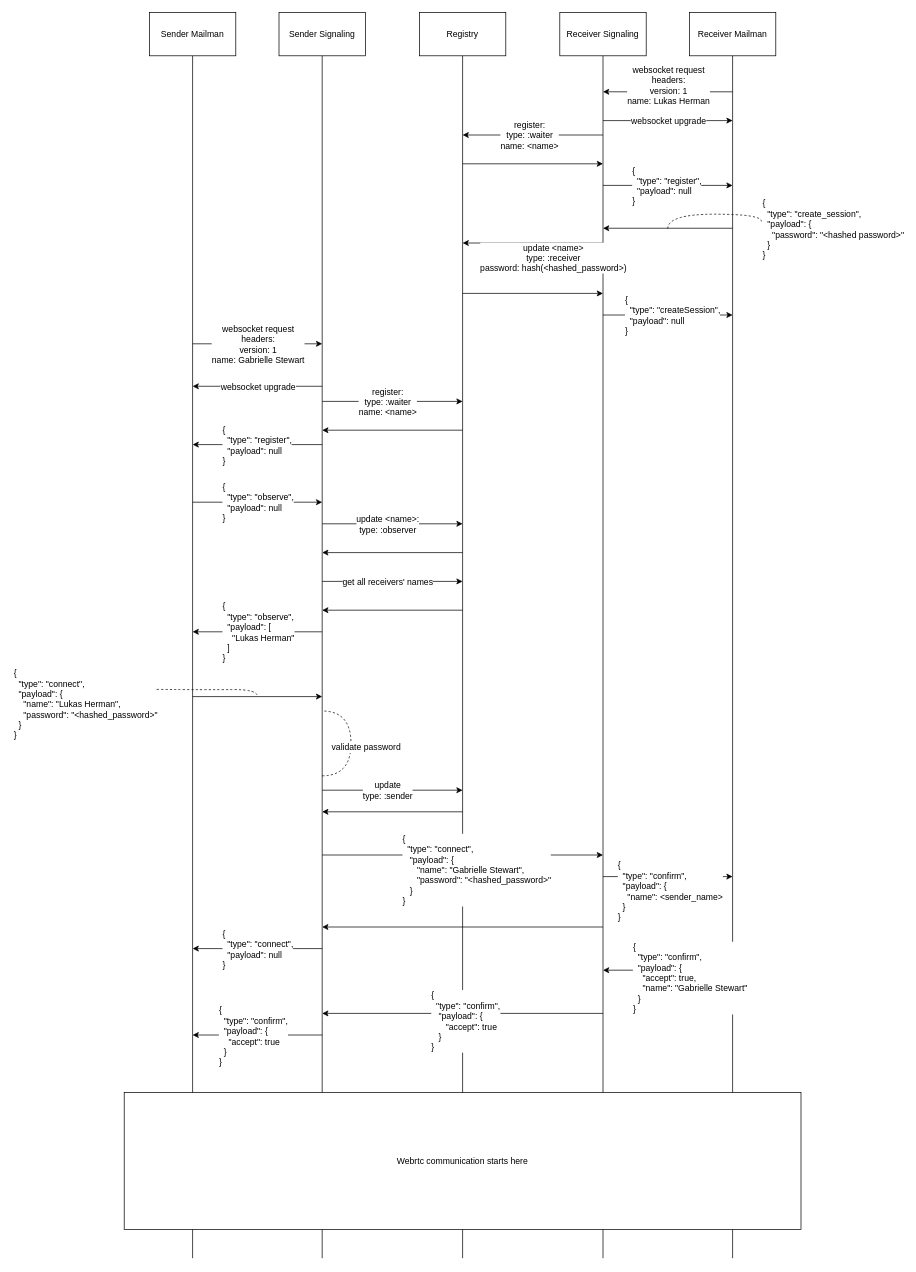
Before: designs/pre-webrtc.drawio in lherman-cs/mailman, a draw.io diagram. Source tidied: cells renumbered, new cells numbered last; positions are measured from the earlier drawing's top-left corner, leaving out a move shared by most shapes. Both pictures are drawn from the tidied source at 72%, with x=0, y=0 at pixel (124, 12).
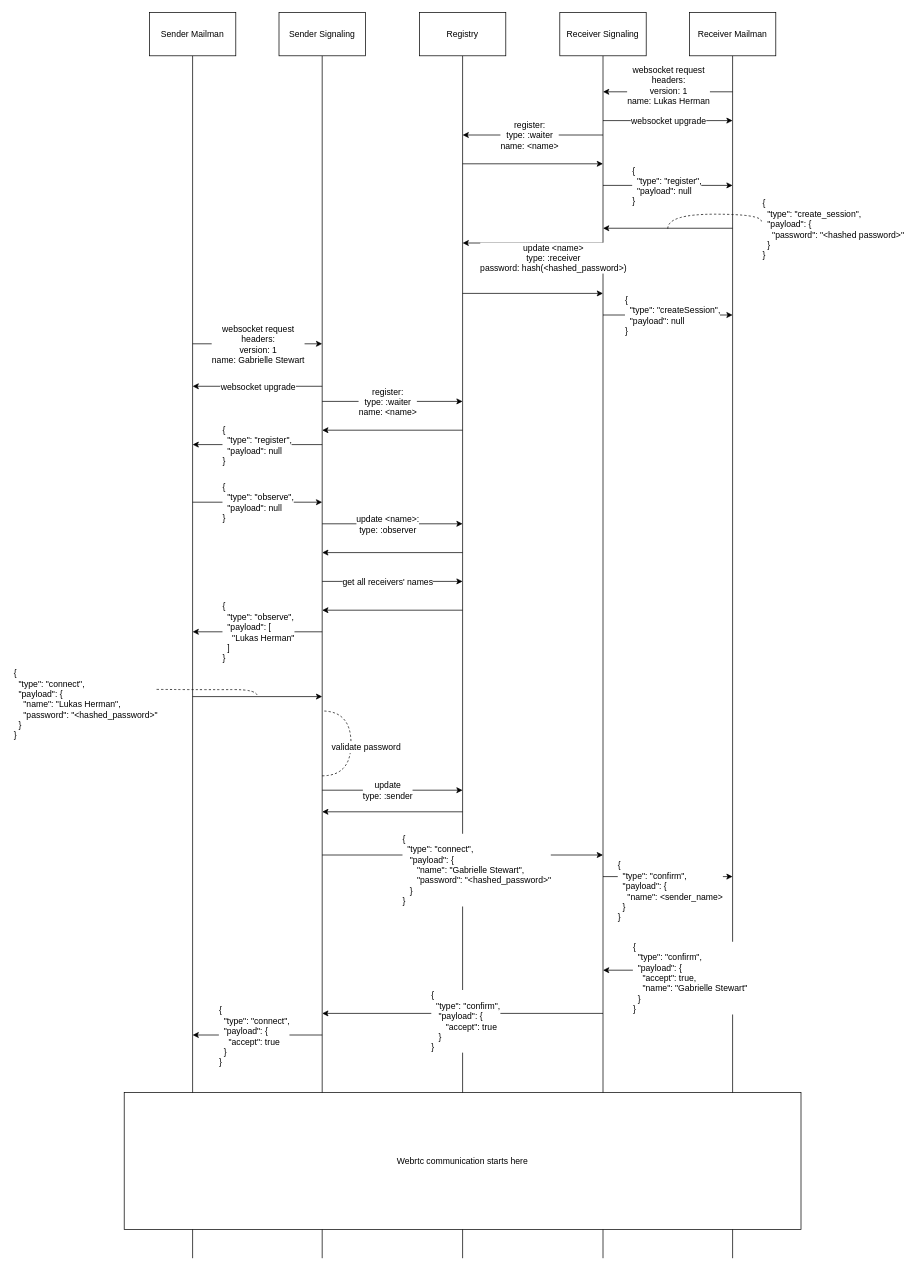
The same page after the edit.

Change to the diagram source:
```diff
@@
-    <mxCell id="65" value="{&lt;br&gt;&amp;nbsp; &quot;type&quot;: &quot;confirm&quot;,&lt;br&gt;&amp;nbsp; &quot;payload&quot;: {&lt;br&gt;&amp;nbsp; &amp;nbsp; &quot;accept&quot;: true&lt;br&gt;&amp;nbsp; }&lt;br&gt;}" style="text;html=1;align=left;verticalAlign=middle;labelBackgroundColor=#ffffff;" parent="1" vertex="1">
+    <mxCell id="65" value="{&lt;br&gt;&amp;nbsp; &quot;type&quot;: &quot;connect&quot;,&lt;br&gt;&amp;nbsp; &quot;payload&quot;: {&lt;br&gt;&amp;nbsp; &amp;nbsp; &quot;accept&quot;: true&lt;br&gt;&amp;nbsp; }&lt;br&gt;}" style="text;html=1;align=left;verticalAlign=middle;labelBackgroundColor=#ffffff;" parent="1" vertex="1">
       <mxGeometry x="165" y="1410" as="geometry">
         <mxPoint x="-35" y="11" as="offset" />
       </mxGeometry>
     </mxCell>
@@
-    <mxCell id="67" style="endArrow=none;html=1;startArrow=classic;startFill=1;endFill=0;" parent="1" edge="1">
-      <mxGeometry relative="1" as="geometry">
-        <mxPoint x="275" y="1270" as="sourcePoint" />
-        <mxPoint x="665" y="1270" as="targetPoint" />
-      </mxGeometry>
-    </mxCell>
-    <mxCell id="68" style="endArrow=none;html=1;startArrow=classic;startFill=1;endFill=0;" parent="1" edge="1">
-      <mxGeometry relative="1" as="geometry">
-        <mxPoint x="95" y="1300" as="sourcePoint" />
-        <mxPoint x="275" y="1300" as="targetPoint" />
-      </mxGeometry>
-    </mxCell>
-    <mxCell id="69" value="{&lt;br&gt;&amp;nbsp; &quot;type&quot;: &quot;connect&quot;,&lt;br&gt;&amp;nbsp; &quot;payload&quot;: null&lt;br&gt;}" style="text;html=1;align=left;verticalAlign=middle;labelBackgroundColor=#ffffff;" parent="68" vertex="1">
-      <mxGeometry x="-0.11" y="2" relative="1" as="geometry">
-        <mxPoint x="-40" y="2" as="offset" />
-      </mxGeometry>
-    </mxCell>
```
